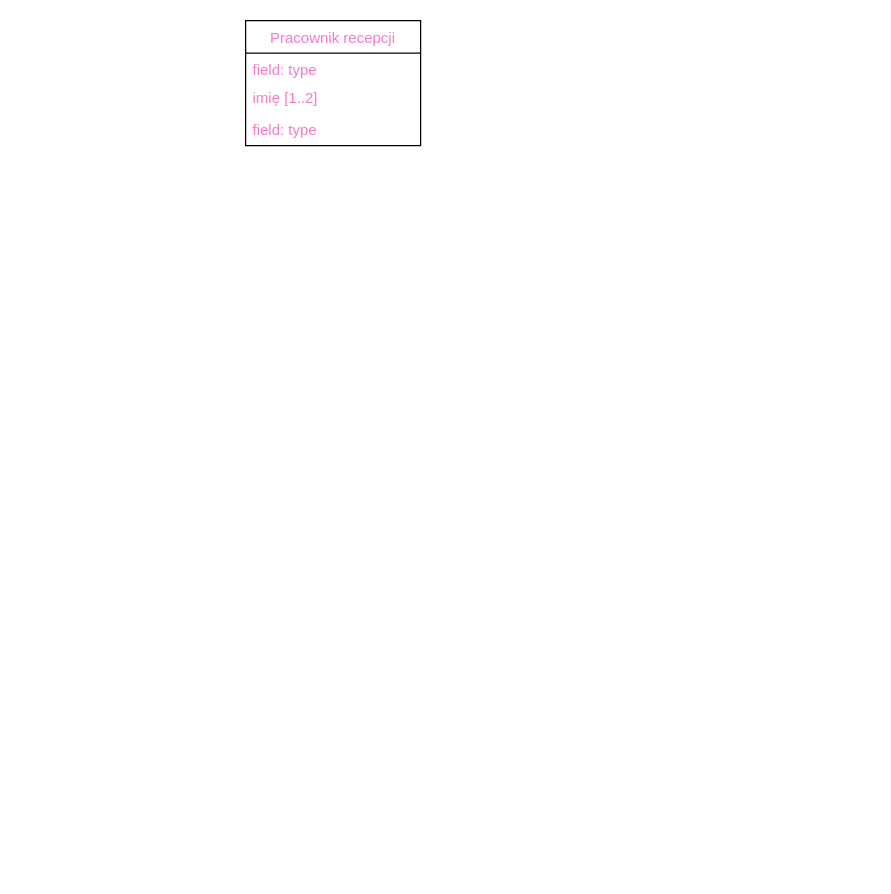
Earlier version of the draw.io diagram diagram_klas.drawio (PashkovskaX/programowanie_api_mgr). Source tidied: cells renumbered, new cells numbered last; positions are measured from the earlier drawing's top-left corner, leaving out a move shared by most shapes. Both pictures are drawn from the tidied source at 125%, with x=0, y=0 at pixel (245, 20).
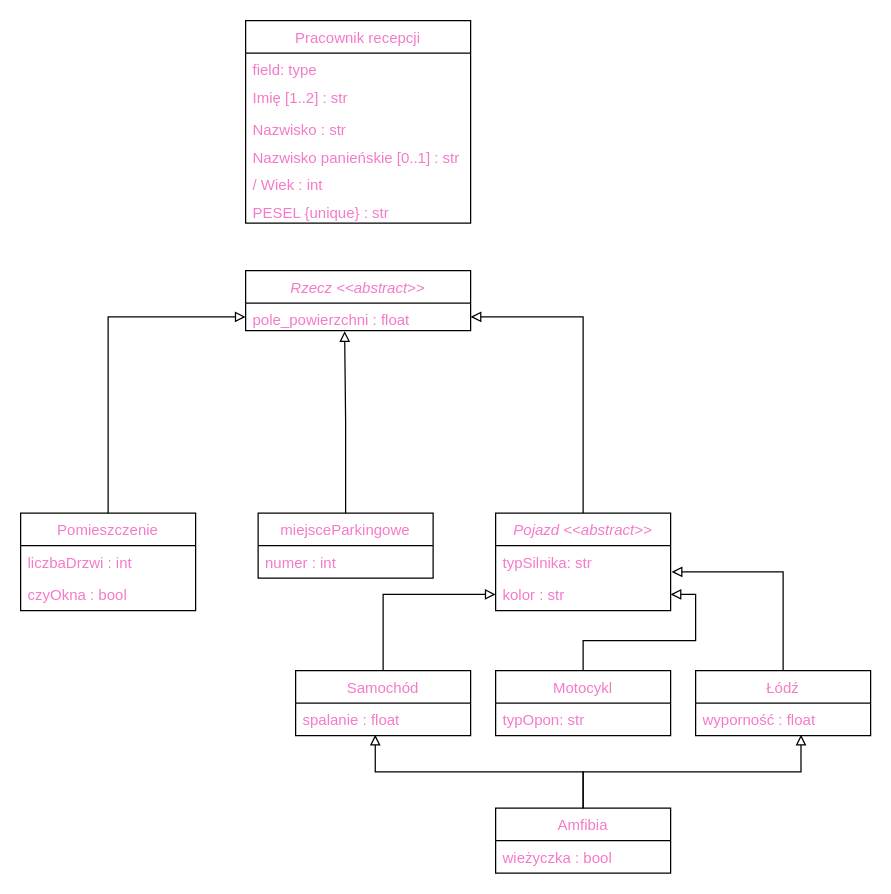
Above is the later version.

The edit, as a diff of the source:
```diff
@@
     <mxCell id="2" value="Pracownik recepcji" style="swimlane;fontStyle=0;horizontal=1;startSize=26;fillColor=none;fontSize=12;fontColor=#F57AC8;" parent="1" vertex="1">
-      <mxGeometry width="140" height="100" as="geometry" />
+      <mxGeometry width="180" height="162" as="geometry" />
     </mxCell>
     <mxCell id="3" value="field: type" style="text;strokeColor=none;fillColor=none;align=left;verticalAlign=top;spacingLeft=4;spacingRight=4;overflow=hidden;fontSize=12;fontColor=#F57AC8;" parent="2" vertex="1">
-      <mxGeometry y="26" width="140" height="22" as="geometry" />
+      <mxGeometry y="26" width="180" height="22" as="geometry" />
     </mxCell>
-    <mxCell id="4" value="imię [1..2]" style="text;strokeColor=none;fillColor=none;align=left;verticalAlign=top;spacingLeft=4;spacingRight=4;overflow=hidden;fontSize=12;fontColor=#F57AC8;" parent="2" vertex="1">
-      <mxGeometry y="48" width="140" height="26" as="geometry" />
+    <mxCell id="4" value="Imię [1..2] : str" style="text;strokeColor=none;fillColor=none;align=left;verticalAlign=top;spacingLeft=4;spacingRight=4;overflow=hidden;fontSize=12;fontColor=#F57AC8;" parent="2" vertex="1">
+      <mxGeometry y="48" width="180" height="26" as="geometry" />
     </mxCell>
-    <mxCell id="5" value="field: type" style="text;strokeColor=none;fillColor=none;align=left;verticalAlign=top;spacingLeft=4;spacingRight=4;overflow=hidden;fontSize=12;fontColor=#F57AC8;" parent="2" vertex="1">
-      <mxGeometry y="74" width="140" height="26" as="geometry" />
-    </mxCell>
+    <mxCell id="6" value="Nazwisko : str" style="text;strokeColor=none;fillColor=none;align=left;verticalAlign=top;spacingLeft=4;spacingRight=4;overflow=hidden;fontSize=12;fontColor=#F57AC8;" parent="2" vertex="1">
+      <mxGeometry y="74" width="180" height="22" as="geometry" />
+    </mxCell>
+    <mxCell id="7" value="Nazwisko panieńskie [0..1] : str" style="text;strokeColor=none;fillColor=none;align=left;verticalAlign=top;spacingLeft=4;spacingRight=4;overflow=hidden;fontSize=12;fontColor=#F57AC8;" parent="2" vertex="1">
+      <mxGeometry y="96" width="180" height="22" as="geometry" />
+    </mxCell>
+    <mxCell id="8" value="/ Wiek : int" style="text;strokeColor=none;fillColor=none;align=left;verticalAlign=top;spacingLeft=4;spacingRight=4;overflow=hidden;fontSize=12;fontColor=#F57AC8;" parent="2" vertex="1">
+      <mxGeometry y="118" width="180" height="22" as="geometry" />
+    </mxCell>
+    <mxCell id="9" value="PESEL {unique} : str" style="text;strokeColor=none;fillColor=none;align=left;verticalAlign=top;spacingLeft=4;spacingRight=4;overflow=hidden;fontSize=12;fontColor=#F57AC8;" parent="2" vertex="1">
+      <mxGeometry y="140" width="180" height="22" as="geometry" />
+    </mxCell>
+    <mxCell id="10" value="Rzecz &lt;&lt;abstract&gt;&gt;" style="swimlane;fontStyle=2;horizontal=1;startSize=26;fillColor=none;fontSize=12;fontColor=#F57AC8;" parent="1" vertex="1">
+      <mxGeometry y="200" width="180" height="48" as="geometry" />
+    </mxCell>
+    <mxCell id="11" value="pole_powierzchni : float" style="text;strokeColor=none;fillColor=none;align=left;verticalAlign=top;spacingLeft=4;spacingRight=4;overflow=hidden;points=[[0,0.5],[1,0.5]];portConstraint=eastwest;fontSize=12;fontColor=#F57AC8;" parent="10" vertex="1">
+      <mxGeometry y="26" width="180" height="22" as="geometry" />
+    </mxCell>
+    <mxCell id="12" style="edgeStyle=orthogonalEdgeStyle;rounded=0;jettySize=auto;html=1;entryX=0;entryY=0.5;entryDx=0;entryDy=0;fontSize=12;fontColor=#F57AC8;startArrow=none;startFill=0;endArrow=block;endFill=0;" parent="1" edge="1" source="13" target="11">
+      <mxGeometry relative="1" as="geometry" />
+    </mxCell>
+    <mxCell id="13" value="Pomieszczenie" style="swimlane;fontStyle=0;horizontal=1;startSize=26;fillColor=none;fontSize=12;fontColor=#F57AC8;" parent="1" vertex="1">
+      <mxGeometry x="-180" y="394" width="140" height="78" as="geometry" />
+    </mxCell>
+    <mxCell id="14" value="liczbaDrzwi : int" style="text;strokeColor=none;fillColor=none;align=left;verticalAlign=top;spacingLeft=4;spacingRight=4;overflow=hidden;fontSize=12;fontColor=#F57AC8;" parent="13" vertex="1">
+      <mxGeometry y="26" width="140" height="26" as="geometry" />
+    </mxCell>
+    <mxCell id="15" value="czyOkna : bool" style="text;strokeColor=none;fillColor=none;align=left;verticalAlign=top;spacingLeft=4;spacingRight=4;overflow=hidden;fontSize=12;fontColor=#F57AC8;" parent="13" vertex="1">
+      <mxGeometry y="52" width="140" height="26" as="geometry" />
+    </mxCell>
+    <mxCell id="16" style="edgeStyle=orthogonalEdgeStyle;rounded=0;jettySize=auto;html=1;entryX=0.44;entryY=1.02;entryDx=0;entryDy=0;entryPerimeter=0;fontSize=12;fontColor=#F57AC8;startArrow=none;startFill=0;endArrow=block;endFill=0;" parent="1" edge="1" source="17" target="11">
+      <mxGeometry relative="1" as="geometry" />
+    </mxCell>
+    <mxCell id="17" value="miejsceParkingowe" style="swimlane;fontStyle=0;horizontal=1;startSize=26;fillColor=none;fontSize=12;fontColor=#F57AC8;" parent="1" vertex="1">
+      <mxGeometry x="10" y="394" width="140" height="52" as="geometry" />
+    </mxCell>
+    <mxCell id="18" value="numer : int" style="text;strokeColor=none;fillColor=none;align=left;verticalAlign=top;spacingLeft=4;spacingRight=4;overflow=hidden;fontSize=12;fontColor=#F57AC8;" parent="17" vertex="1">
+      <mxGeometry y="26" width="140" height="26" as="geometry" />
+    </mxCell>
+    <mxCell id="19" style="edgeStyle=orthogonalEdgeStyle;rounded=0;jettySize=auto;html=1;fontSize=12;fontColor=#F57AC8;startArrow=none;startFill=0;endArrow=block;endFill=0;" parent="1" edge="1" source="20" target="11">
+      <mxGeometry relative="1" as="geometry" />
+    </mxCell>
+    <mxCell id="20" value="Pojazd &lt;&lt;abstract&gt;&gt;" style="swimlane;fontStyle=2;horizontal=1;startSize=26;fillColor=none;fontSize=12;fontColor=#F57AC8;" parent="1" vertex="1">
+      <mxGeometry x="200" y="394" width="140" height="78" as="geometry" />
+    </mxCell>
+    <mxCell id="21" value="typSilnika: str" style="text;strokeColor=none;fillColor=none;align=left;verticalAlign=top;spacingLeft=4;spacingRight=4;overflow=hidden;points=[[0,0.5],[1,0.5]];portConstraint=eastwest;fontSize=12;fontColor=#F57AC8;" parent="20" vertex="1">
+      <mxGeometry y="26" width="140" height="26" as="geometry" />
+    </mxCell>
+    <mxCell id="22" value="kolor : str" style="text;strokeColor=none;fillColor=none;align=left;verticalAlign=top;spacingLeft=4;spacingRight=4;overflow=hidden;points=[[0,0.5],[1,0.5]];portConstraint=eastwest;fontSize=12;fontColor=#F57AC8;" parent="20" vertex="1">
+      <mxGeometry y="52" width="140" height="26" as="geometry" />
+    </mxCell>
+    <mxCell id="23" style="edgeStyle=orthogonalEdgeStyle;rounded=0;jettySize=auto;html=1;entryX=0;entryY=0.5;entryDx=0;entryDy=0;fontSize=12;fontColor=#F57AC8;startArrow=none;startFill=0;endArrow=block;endFill=0;" parent="1" edge="1" source="24" target="22">
+      <mxGeometry relative="1" as="geometry" />
+    </mxCell>
+    <mxCell id="24" value="Samochód" style="swimlane;fontStyle=0;horizontal=1;startSize=26;fillColor=none;fontSize=12;fontColor=#F57AC8;" parent="1" vertex="1">
+      <mxGeometry x="40" y="520" width="140" height="52" as="geometry" />
+    </mxCell>
+    <mxCell id="25" value="spalanie : float" style="text;strokeColor=none;fillColor=none;align=left;verticalAlign=top;spacingLeft=4;spacingRight=4;overflow=hidden;points=[[0,0.5],[1,0.5]];portConstraint=eastwest;fontSize=12;fontColor=#F57AC8;" parent="24" vertex="1">
+      <mxGeometry y="26" width="140" height="26" as="geometry" />
+    </mxCell>
+    <mxCell id="26" style="edgeStyle=orthogonalEdgeStyle;rounded=0;jettySize=auto;html=1;fontSize=12;fontColor=#F57AC8;startArrow=none;startFill=0;endArrow=block;endFill=0;" parent="1" edge="1" source="27" target="22">
+      <mxGeometry relative="1" as="geometry" />
+    </mxCell>
+    <mxCell id="27" value="Motocykl" style="swimlane;fontStyle=0;horizontal=1;startSize=26;fillColor=none;fontSize=12;fontColor=#F57AC8;" parent="1" vertex="1">
+      <mxGeometry x="200" y="520" width="140" height="52" as="geometry" />
+    </mxCell>
+    <mxCell id="28" value="typOpon: str" style="text;strokeColor=none;fillColor=none;align=left;verticalAlign=top;spacingLeft=4;spacingRight=4;overflow=hidden;fontSize=12;fontColor=#F57AC8;" parent="27" vertex="1">
+      <mxGeometry y="26" width="140" height="26" as="geometry" />
+    </mxCell>
+    <mxCell id="29" style="edgeStyle=orthogonalEdgeStyle;rounded=0;jettySize=auto;html=1;entryX=1.006;entryY=0.808;entryDx=0;entryDy=0;entryPerimeter=0;fontSize=12;fontColor=#F57AC8;startArrow=none;startFill=0;endArrow=block;endFill=0;" parent="1" edge="1" source="30" target="21">
+      <mxGeometry relative="1" as="geometry" />
+    </mxCell>
+    <mxCell id="30" value="Łódź" style="swimlane;fontStyle=0;horizontal=1;startSize=26;fillColor=none;fontSize=12;fontColor=#F57AC8;" parent="1" vertex="1">
+      <mxGeometry x="360" y="520" width="140" height="52" as="geometry" />
+    </mxCell>
+    <mxCell id="31" value="wyporność : float" style="text;strokeColor=none;fillColor=none;align=left;verticalAlign=top;spacingLeft=4;spacingRight=4;overflow=hidden;points=[[0,0.5],[1,0.5]];portConstraint=eastwest;fontSize=12;fontColor=#F57AC8;" parent="30" vertex="1">
+      <mxGeometry y="26" width="140" height="26" as="geometry" />
+    </mxCell>
+    <mxCell id="32" style="edgeStyle=orthogonalEdgeStyle;rounded=0;jettySize=auto;html=1;entryX=0.455;entryY=0.973;entryDx=0;entryDy=0;entryPerimeter=0;fontSize=12;fontColor=#F57AC8;startArrow=none;startFill=0;endArrow=block;endFill=0;" parent="1" edge="1" source="34" target="25">
+      <mxGeometry relative="1" as="geometry" />
+    </mxCell>
+    <mxCell id="33" style="edgeStyle=orthogonalEdgeStyle;rounded=0;jettySize=auto;html=1;entryX=0.602;entryY=0.973;entryDx=0;entryDy=0;entryPerimeter=0;fontSize=12;fontColor=#F57AC8;startArrow=none;startFill=0;endArrow=block;endFill=0;" parent="1" edge="1" source="34" target="31">
+      <mxGeometry relative="1" as="geometry" />
+    </mxCell>
+    <mxCell id="34" value="Amfibia" style="swimlane;fontStyle=0;horizontal=1;startSize=26;fillColor=none;fontSize=12;fontColor=#F57AC8;" parent="1" vertex="1">
+      <mxGeometry x="200" y="630" width="140" height="52" as="geometry" />
+    </mxCell>
+    <mxCell id="35" value="wieżyczka : bool" style="text;strokeColor=none;fillColor=none;align=left;verticalAlign=top;spacingLeft=4;spacingRight=4;overflow=hidden;fontSize=12;fontColor=#F57AC8;" parent="34" vertex="1">
+      <mxGeometry y="26" width="140" height="26" as="geometry" />
+    </mxCell>
```
